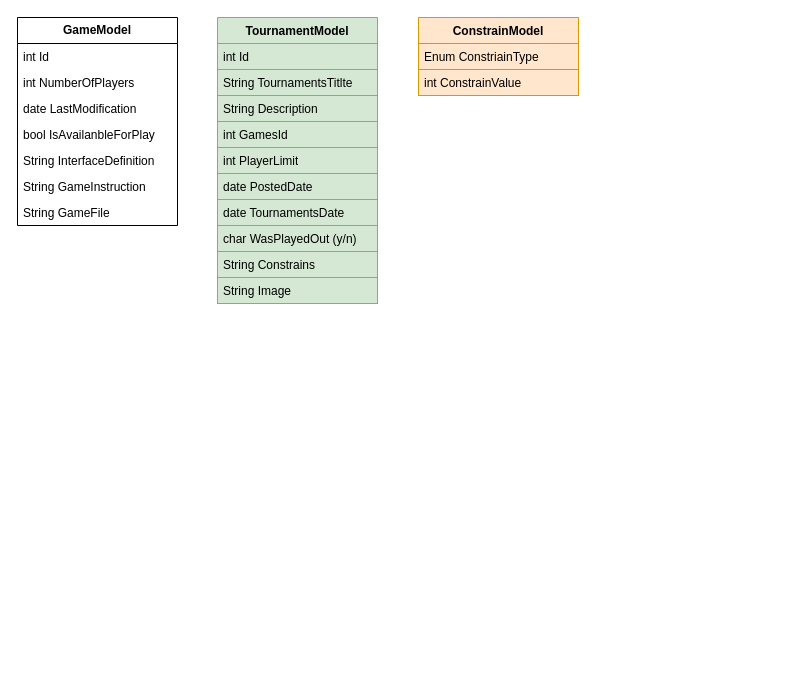
Above: page "Modele" (3 of 4) of docs/System Architecture.drawio in jordus100/Bot-Wars-front (draw.io), before the change. Source tidied: cells renumbered, new cells numbered last; positions are measured from the earlier drawing's top-left corner, leaving out a move shared by most shapes. Both pictures are drawn from the tidied source at 100%, with x=0, y=0 at pixel (17, 17).
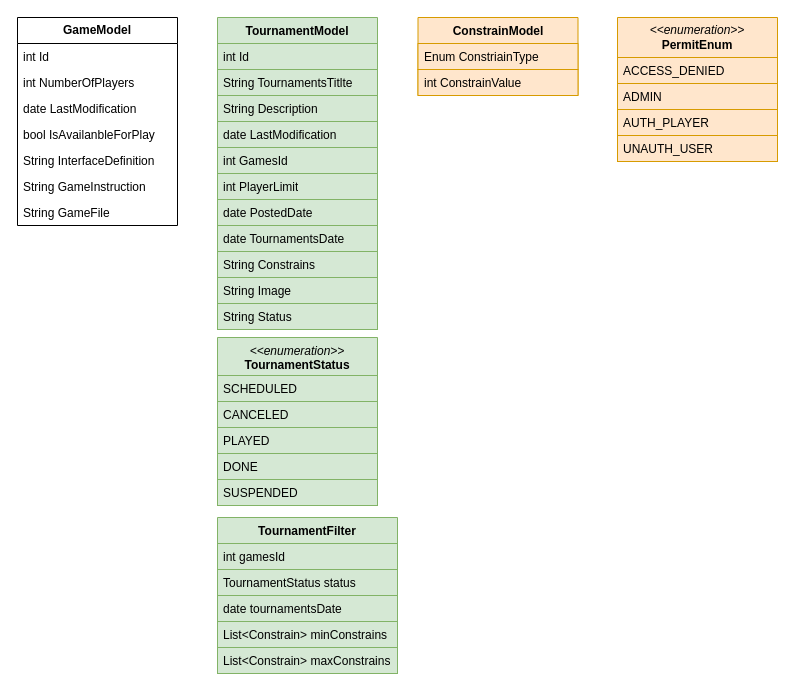
The same page after the edit.

The edit, as a diff of the source:
```diff
@@
     <mxCell id="10" value="TournamentModel" style="swimlane;fontStyle=1;align=center;verticalAlign=top;horizontal=1;startSize=26;whiteSpace=wrap;html=1;fillColor=#d5e8d4;strokeColor=#82b366;" parent="1" vertex="1">
-      <mxGeometry x="200" width="160" height="286" as="geometry" />
+      <mxGeometry x="200" width="160" height="312" as="geometry" />
     </mxCell>
@@
+    <mxCell id="24" value="date LastModification" style="text;strokeColor=#82b366;fillColor=#d5e8d4;align=left;verticalAlign=top;spacingLeft=4;spacingRight=4;overflow=hidden;whiteSpace=wrap;html=1;" parent="10" vertex="1">
+      <mxGeometry y="104" width="160" height="26" as="geometry" />
+    </mxCell>
     <mxCell id="14" value="int GamesId" style="text;strokeColor=#82b366;fillColor=#d5e8d4;align=left;verticalAlign=top;spacingLeft=4;spacingRight=4;overflow=hidden;whiteSpace=wrap;html=1;" parent="10" vertex="1">
-      <mxGeometry y="104" width="160" height="26" as="geometry" />
+      <mxGeometry y="130" width="160" height="26" as="geometry" />
     </mxCell>
     <mxCell id="15" value="int PlayerLimit" style="text;strokeColor=#82b366;fillColor=#d5e8d4;align=left;verticalAlign=top;spacingLeft=4;spacingRight=4;overflow=hidden;whiteSpace=wrap;html=1;" parent="10" vertex="1">
-      <mxGeometry y="130" width="160" height="26" as="geometry" />
+      <mxGeometry y="156" width="160" height="26" as="geometry" />
     </mxCell>
     <mxCell id="16" value="date PostedDate" style="text;strokeColor=#82b366;fillColor=#d5e8d4;align=left;verticalAlign=top;spacingLeft=4;spacingRight=4;overflow=hidden;whiteSpace=wrap;html=1;" parent="10" vertex="1">
-      <mxGeometry y="156" width="160" height="26" as="geometry" />
+      <mxGeometry y="182" width="160" height="26" as="geometry" />
     </mxCell>
     <mxCell id="17" value="date TournamentsDate" style="text;strokeColor=#82b366;fillColor=#d5e8d4;align=left;verticalAlign=top;spacingLeft=4;spacingRight=4;overflow=hidden;whiteSpace=wrap;html=1;" parent="10" vertex="1">
-      <mxGeometry y="182" width="160" height="26" as="geometry" />
+      <mxGeometry y="208" width="160" height="26" as="geometry" />
     </mxCell>
-    <mxCell id="18" value="char WasPlayedOut (y/n)" style="text;strokeColor=#82b366;fillColor=#d5e8d4;align=left;verticalAlign=top;spacingLeft=4;spacingRight=4;overflow=hidden;whiteSpace=wrap;html=1;" parent="10" vertex="1">
-      <mxGeometry y="208" width="160" height="26" as="geometry" />
-    </mxCell>
@@
+    <mxCell id="25" value="String Status" style="text;strokeColor=#82b366;fillColor=#d5e8d4;align=left;verticalAlign=top;spacingLeft=4;spacingRight=4;overflow=hidden;whiteSpace=wrap;html=1;" parent="10" vertex="1">
+      <mxGeometry y="286" width="160" height="26" as="geometry" />
+    </mxCell>
     <mxCell id="21" value="ConstrainModel" style="swimlane;fontStyle=1;align=center;verticalAlign=top;horizontal=1;startSize=26;whiteSpace=wrap;html=1;fillColor=#ffe6cc;strokeColor=#d79b00;" parent="1" vertex="1">
-      <mxGeometry x="401" width="160" height="78" as="geometry" />
+      <mxGeometry x="400.5" width="160" height="78" as="geometry" />
     </mxCell>
@@
+    <mxCell id="26" value="&lt;i&gt;&amp;lt;&amp;lt;enumeration&amp;gt;&amp;gt;&lt;/i&gt;&lt;br&gt;&lt;b&gt;PermitEnum&lt;/b&gt;" style="swimlane;fontStyle=0;horizontal=1;startSize=40;fillColor=#ffe6cc;whiteSpace=wrap;html=1;strokeColor=#d79b00;" parent="1" vertex="1">
+      <mxGeometry x="600" width="160" height="144" as="geometry" />
+    </mxCell>
+    <mxCell id="27" value="ACCESS_DENIED" style="text;strokeColor=#d79b00;fillColor=#ffe6cc;align=left;verticalAlign=top;spacingLeft=4;spacingRight=4;overflow=hidden;whiteSpace=wrap;html=1;" parent="26" vertex="1">
+      <mxGeometry y="40" width="160" height="26" as="geometry" />
+    </mxCell>
+    <mxCell id="28" value="ADMIN" style="text;strokeColor=#d79b00;fillColor=#ffe6cc;align=left;verticalAlign=top;spacingLeft=4;spacingRight=4;overflow=hidden;whiteSpace=wrap;html=1;" parent="26" vertex="1">
+      <mxGeometry y="66" width="160" height="26" as="geometry" />
+    </mxCell>
+    <mxCell id="29" value="AUTH_PLAYER" style="text;strokeColor=#d79b00;fillColor=#ffe6cc;align=left;verticalAlign=top;spacingLeft=4;spacingRight=4;overflow=hidden;whiteSpace=wrap;html=1;" parent="26" vertex="1">
+      <mxGeometry y="92" width="160" height="26" as="geometry" />
+    </mxCell>
+    <mxCell id="30" value="UNAUTH_USER" style="text;strokeColor=#d79b00;fillColor=#ffe6cc;align=left;verticalAlign=top;spacingLeft=4;spacingRight=4;overflow=hidden;whiteSpace=wrap;html=1;" parent="26" vertex="1">
+      <mxGeometry y="118" width="160" height="26" as="geometry" />
+    </mxCell>
+    <mxCell id="31" value="TournamentFilter" style="swimlane;fontStyle=1;align=center;verticalAlign=top;horizontal=1;startSize=26;whiteSpace=wrap;html=1;fillColor=#d5e8d4;strokeColor=#82b366;" parent="1" vertex="1">
+      <mxGeometry x="200" y="500" width="180" height="156" as="geometry" />
+    </mxCell>
+    <mxCell id="32" value="int gamesId" style="text;strokeColor=#82b366;fillColor=#d5e8d4;align=left;verticalAlign=top;spacingLeft=4;spacingRight=4;overflow=hidden;whiteSpace=wrap;html=1;" parent="31" vertex="1">
+      <mxGeometry y="26" width="180" height="26" as="geometry" />
+    </mxCell>
+    <mxCell id="33" value="TournamentStatus status" style="text;strokeColor=#82b366;fillColor=#d5e8d4;align=left;verticalAlign=top;spacingLeft=4;spacingRight=4;overflow=hidden;whiteSpace=wrap;html=1;" parent="31" vertex="1">
+      <mxGeometry y="52" width="180" height="26" as="geometry" />
+    </mxCell>
+    <mxCell id="34" value="date tournamentsDate" style="text;strokeColor=#82b366;fillColor=#d5e8d4;align=left;verticalAlign=top;spacingLeft=4;spacingRight=4;overflow=hidden;whiteSpace=wrap;html=1;" parent="31" vertex="1">
+      <mxGeometry y="78" width="180" height="26" as="geometry" />
+    </mxCell>
+    <mxCell id="35" value="List&amp;lt;Constrain&amp;gt; minConstrains" style="text;strokeColor=#82b366;fillColor=#d5e8d4;align=left;verticalAlign=top;spacingLeft=4;spacingRight=4;overflow=hidden;whiteSpace=wrap;html=1;" parent="31" vertex="1">
+      <mxGeometry y="104" width="180" height="26" as="geometry" />
+    </mxCell>
+    <mxCell id="36" value="List&amp;lt;Constrain&amp;gt; maxConstrains" style="text;strokeColor=#82b366;fillColor=#d5e8d4;align=left;verticalAlign=top;spacingLeft=4;spacingRight=4;overflow=hidden;whiteSpace=wrap;html=1;" parent="31" vertex="1">
+      <mxGeometry y="130" width="180" height="26" as="geometry" />
+    </mxCell>
+    <mxCell id="37" value="&lt;span style=&quot;font-weight: normal;&quot;&gt;&lt;i&gt;&amp;lt;&amp;lt;enumeration&amp;gt;&amp;gt;&lt;/i&gt;&lt;/span&gt;&lt;br&gt;TournamentStatus" style="swimlane;fontStyle=1;align=center;verticalAlign=top;horizontal=1;startSize=38;whiteSpace=wrap;html=1;fillColor=#d5e8d4;strokeColor=#82b366;" parent="1" vertex="1">
+      <mxGeometry x="200" y="320" width="160" height="168" as="geometry" />
+    </mxCell>
+    <mxCell id="38" value="SCHEDULED" style="text;align=left;verticalAlign=top;spacingLeft=4;spacingRight=4;overflow=hidden;whiteSpace=wrap;html=1;fillColor=#d5e8d4;strokeColor=#82b366;" parent="37" vertex="1">
+      <mxGeometry y="38" width="160" height="26" as="geometry" />
+    </mxCell>
+    <mxCell id="39" value="CANCELED" style="text;align=left;verticalAlign=top;spacingLeft=4;spacingRight=4;overflow=hidden;whiteSpace=wrap;html=1;fillColor=#d5e8d4;strokeColor=#82b366;" parent="37" vertex="1">
+      <mxGeometry y="64" width="160" height="26" as="geometry" />
+    </mxCell>
+    <mxCell id="40" value="PLAYED" style="text;align=left;verticalAlign=top;spacingLeft=4;spacingRight=4;overflow=hidden;whiteSpace=wrap;html=1;fillColor=#d5e8d4;strokeColor=#82b366;" parent="37" vertex="1">
+      <mxGeometry y="90" width="160" height="26" as="geometry" />
+    </mxCell>
+    <mxCell id="41" value="DONE" style="text;align=left;verticalAlign=top;spacingLeft=4;spacingRight=4;overflow=hidden;whiteSpace=wrap;html=1;fillColor=#d5e8d4;strokeColor=#82b366;" parent="37" vertex="1">
+      <mxGeometry y="116" width="160" height="26" as="geometry" />
+    </mxCell>
+    <mxCell id="42" value="SUSPENDED" style="text;align=left;verticalAlign=top;spacingLeft=4;spacingRight=4;overflow=hidden;whiteSpace=wrap;html=1;fillColor=#d5e8d4;strokeColor=#82b366;" parent="37" vertex="1">
+      <mxGeometry y="142" width="160" height="26" as="geometry" />
+    </mxCell>
```
